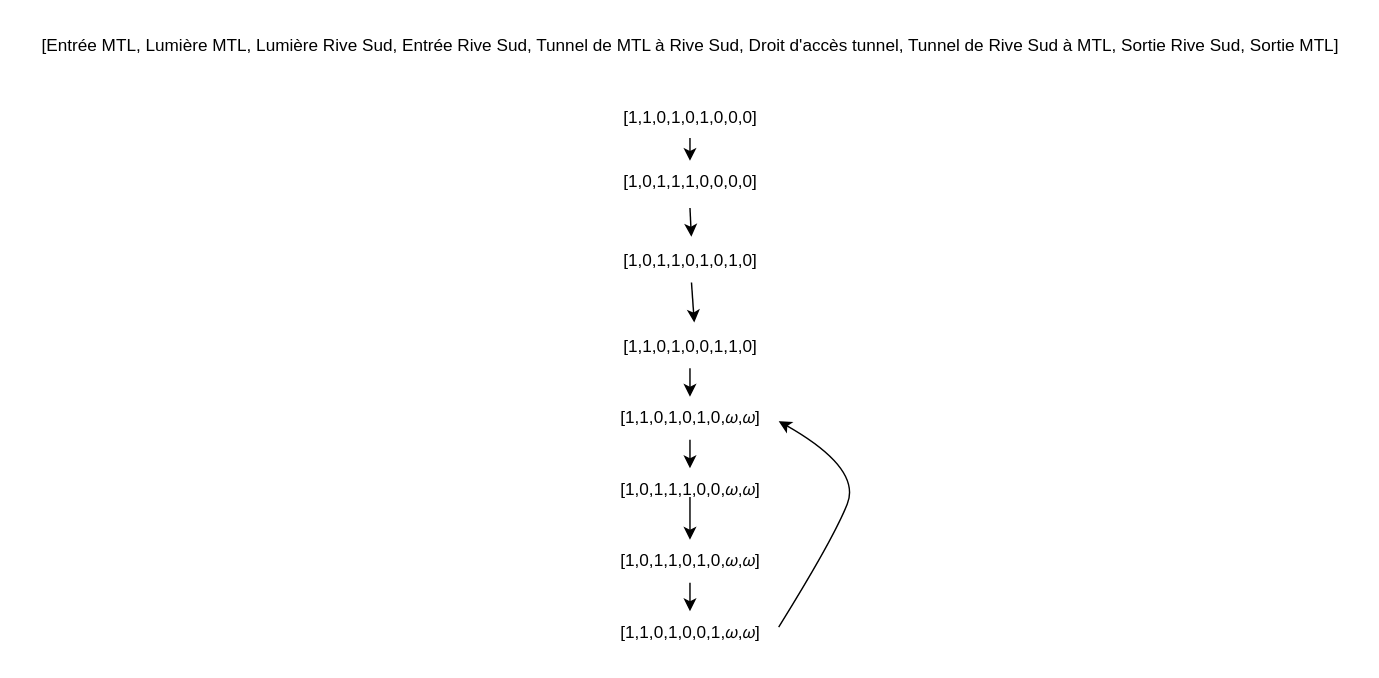
Before: Petri/Coverage Graph.drawio in jlsb1/3911-tp2, a draw.io diagram. Source tidied: cells renumbered, new cells numbered last; positions are measured from the earlier drawing's top-left corner, leaving out a move shared by most shapes. Both pictures are drawn from the tidied source at 143%, with x=0, y=0 at pixel (24, 24).
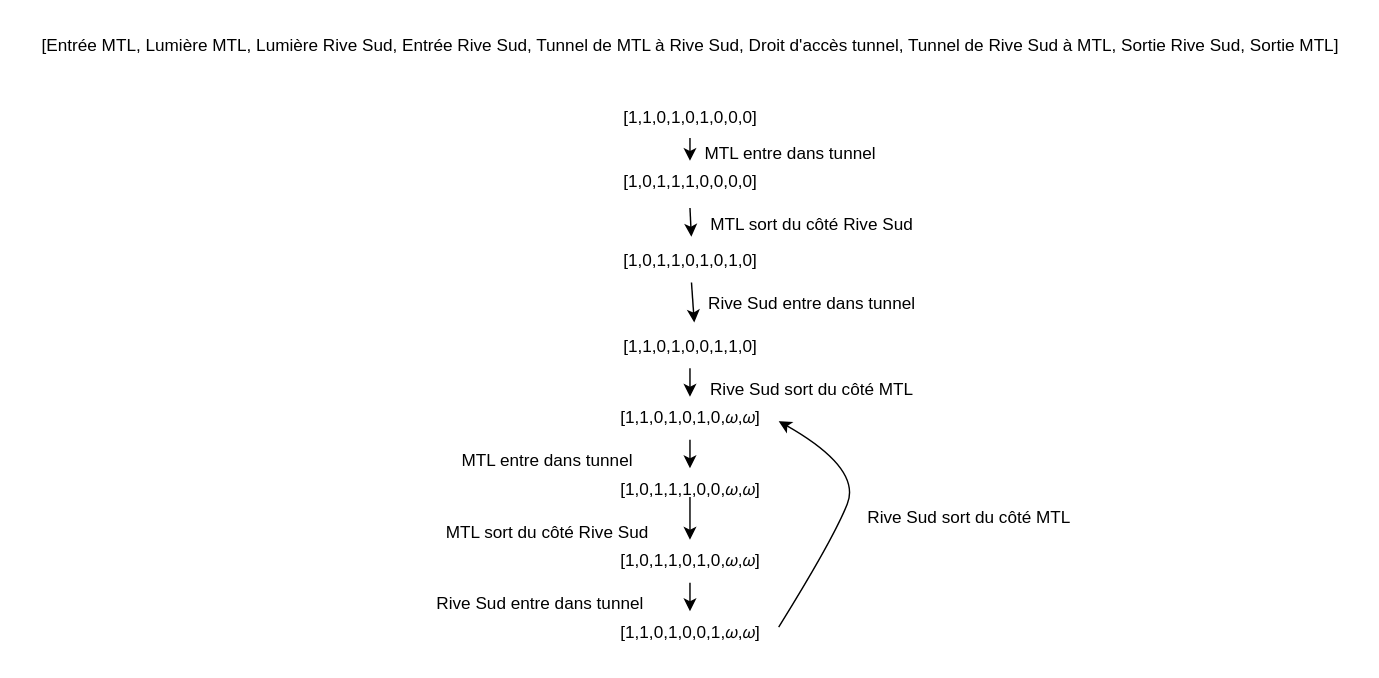
The same page after the edit.

Diff of the diagram source:
```diff
@@
+    <mxCell id="19" value="MTL entre dans tunnel" style="text;html=1;align=center;verticalAlign=middle;strokeColor=none;fillColor=none;" parent="1" vertex="1">
+      <mxGeometry x="465" y="75" width="140" height="30" as="geometry" />
+    </mxCell>
+    <mxCell id="20" value="MTL sort du côté Rive Sud" style="text;html=1;align=center;verticalAlign=middle;strokeColor=none;fillColor=none;" parent="1" vertex="1">
+      <mxGeometry x="465" y="125" width="170" height="30" as="geometry" />
+    </mxCell>
+    <mxCell id="21" value="Rive Sud entre dans tunnel" style="text;html=1;align=center;verticalAlign=middle;strokeColor=none;fillColor=none;" parent="1" vertex="1">
+      <mxGeometry x="465" y="180" width="170" height="30" as="geometry" />
+    </mxCell>
+    <mxCell id="22" value="Rive Sud sort du côté MTL" style="text;html=1;align=center;verticalAlign=middle;strokeColor=none;fillColor=none;" parent="1" vertex="1">
+      <mxGeometry x="465" y="240" width="170" height="30" as="geometry" />
+    </mxCell>
+    <mxCell id="23" value="MTL entre dans tunnel" style="text;html=1;align=center;verticalAlign=middle;strokeColor=none;fillColor=none;" parent="1" vertex="1">
+      <mxGeometry x="295" y="290" width="140" height="30" as="geometry" />
+    </mxCell>
+    <mxCell id="24" value="MTL sort du côté Rive Sud" style="text;html=1;align=center;verticalAlign=middle;strokeColor=none;fillColor=none;" parent="1" vertex="1">
+      <mxGeometry x="280" y="340" width="170" height="30" as="geometry" />
+    </mxCell>
+    <mxCell id="25" value="Rive Sud entre dans tunnel" style="text;html=1;align=center;verticalAlign=middle;strokeColor=none;fillColor=none;" parent="1" vertex="1">
+      <mxGeometry x="275" y="390" width="170" height="30" as="geometry" />
+    </mxCell>
+    <mxCell id="26" value="Rive Sud sort du côté MTL" style="text;html=1;align=center;verticalAlign=middle;strokeColor=none;fillColor=none;" parent="1" vertex="1">
+      <mxGeometry x="575" y="330" width="170" height="30" as="geometry" />
+    </mxCell>
```
